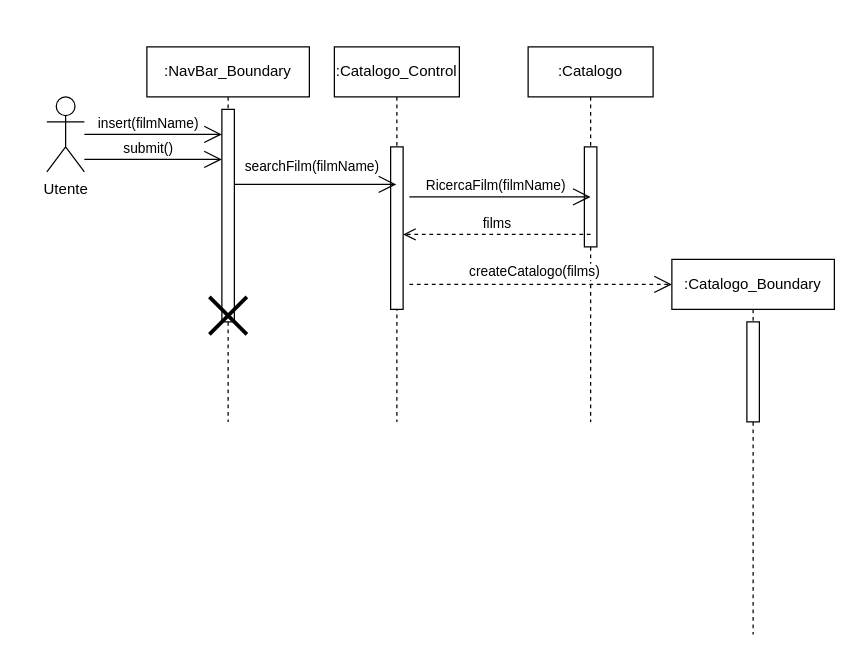
This is New Diagrams/Sequence Diagrams/UC02 Ricerca di un film.drawio from superfra01/Rated, a draw.io file, before an edit. Source tidied: cells renumbered, new cells numbered last; positions are measured from the earlier drawing's top-left corner, leaving out a move shared by most shapes. Both pictures are drawn from the tidied source at 125%, with x=0, y=0 at pixel (46, 46).
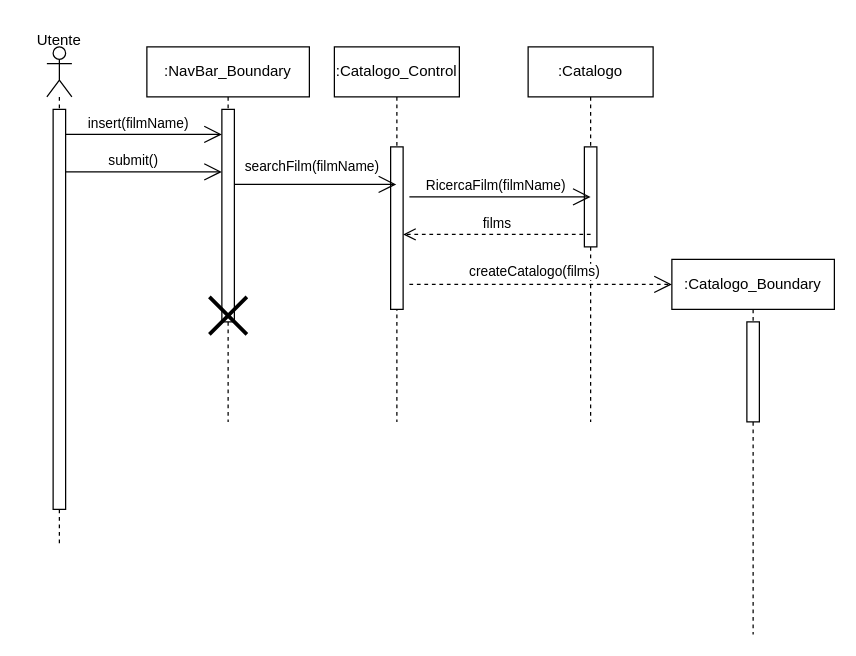
The same page after the edit.

Unchanged cells that the change refers to:
```xml
<mxCell id="4" style="html=1;points=[[0,0,0,0,5],[0,1,0,0,-5],[1,0,0,0,5],[1,1,0,0,-5]];perimeter=orthogonalPerimeter;outlineConnect=0;targetShapes=umlLifeline;portConstraint=eastwest;newEdgeStyle={&quot;curved&quot;:0,&quot;rounded&quot;:0};" parent="3" vertex="1">
  <mxGeometry x="60" y="50" width="10" height="170" as="geometry" />
</mxCell>
```

The edit, as a diff of the source:
```diff
@@
-    <mxCell id="2" value="Utente&lt;div&gt;&lt;br&gt;&lt;/div&gt;" style="shape=umlActor;verticalLabelPosition=bottom;verticalAlign=top;html=1;" parent="1" vertex="1">
-      <mxGeometry y="40" width="30" height="60" as="geometry" />
-    </mxCell>
@@
-    <mxCell id="6" style="endArrow=open;endFill=1;endSize=12;html=1;rounded=0;" parent="1" edge="1" source="2" target="4">
-      <mxGeometry relative="1" as="geometry" />
+    <mxCell id="6" style="endArrow=open;endFill=1;endSize=12;html=1;rounded=0;" parent="1" edge="1">
+      <mxGeometry relative="1" as="geometry">
+        <mxPoint x="15" y="70" as="sourcePoint" />
+        <mxPoint x="140" y="70" as="targetPoint" />
+      </mxGeometry>
     </mxCell>
@@
-    <mxCell id="8" style="endArrow=open;endFill=1;endSize=12;html=1;rounded=0;" parent="1" edge="1">
+    <mxCell id="8" style="endArrow=open;endFill=1;endSize=12;html=1;rounded=0;" parent="1" edge="1" source="23">
       <mxGeometry relative="1" as="geometry">
-        <mxPoint x="30" y="90" as="sourcePoint" />
-        <mxPoint x="140" y="90" as="targetPoint" />
+        <mxPoint x="140" y="100" as="targetPoint" />
       </mxGeometry>
     </mxCell>
@@
+    <mxCell id="2" value="Utente" style="text;html=1;align=center;verticalAlign=middle;whiteSpace=wrap;rounded=0;" parent="1" vertex="1">
+      <mxGeometry x="-20" y="-20" width="60" height="30" as="geometry" />
+    </mxCell>
+    <mxCell id="22" style="shape=umlLifeline;perimeter=lifelinePerimeter;whiteSpace=wrap;html=1;newEdgeStyle={&quot;curved&quot;:0,&quot;rounded&quot;:0};participant=umlActor;" parent="1" vertex="1">
+      <mxGeometry width="20" height="400" as="geometry" />
+    </mxCell>
+    <mxCell id="23" style="html=1;points=[[0,0,0,0,5],[0,1,0,0,-5],[1,0,0,0,5],[1,1,0,0,-5]];perimeter=orthogonalPerimeter;outlineConnect=0;targetShapes=umlLifeline;portConstraint=eastwest;newEdgeStyle={&quot;curved&quot;:0,&quot;rounded&quot;:0};" parent="22" vertex="1">
+      <mxGeometry x="5" y="50" width="10" height="320" as="geometry" />
+    </mxCell>
```
